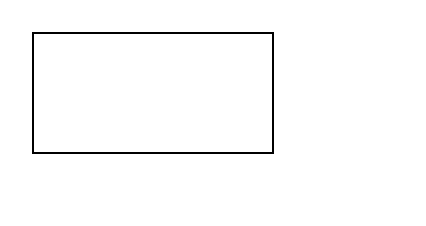
The draw.io diagram 未命名绘图.drawio in haipeng-lin/drawIo, before the edit. Source tidied: cells renumbered, new cells numbered last; positions are measured from the earlier drawing's top-left corner, leaving out a move shared by most shapes. Both pictures are drawn from the tidied source at 200%, with x=0, y=0 at pixel (32, 32).
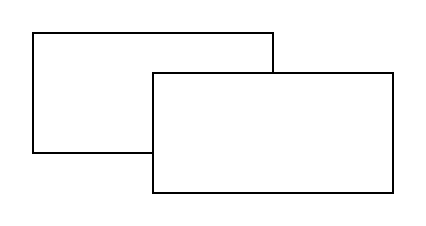
After the change.

Commit message:
更新未命名绘图.drawio

Change to the diagram source:
```diff
@@
 <mxGraphModel>
   <root>
     <mxCell id="0" />
     <mxCell id="1" parent="0" />
     <mxCell id="2" style="rounded=0;whiteSpace=wrap;html=1;" parent="1" vertex="1">
       <mxGeometry width="120" height="60" as="geometry" />
     </mxCell>
+    <mxCell id="3" style="rounded=0;whiteSpace=wrap;html=1;" parent="1" vertex="1">
+      <mxGeometry x="60" y="20" width="120" height="60" as="geometry" />
+    </mxCell>
   </root>
 </mxGraphModel>
```
